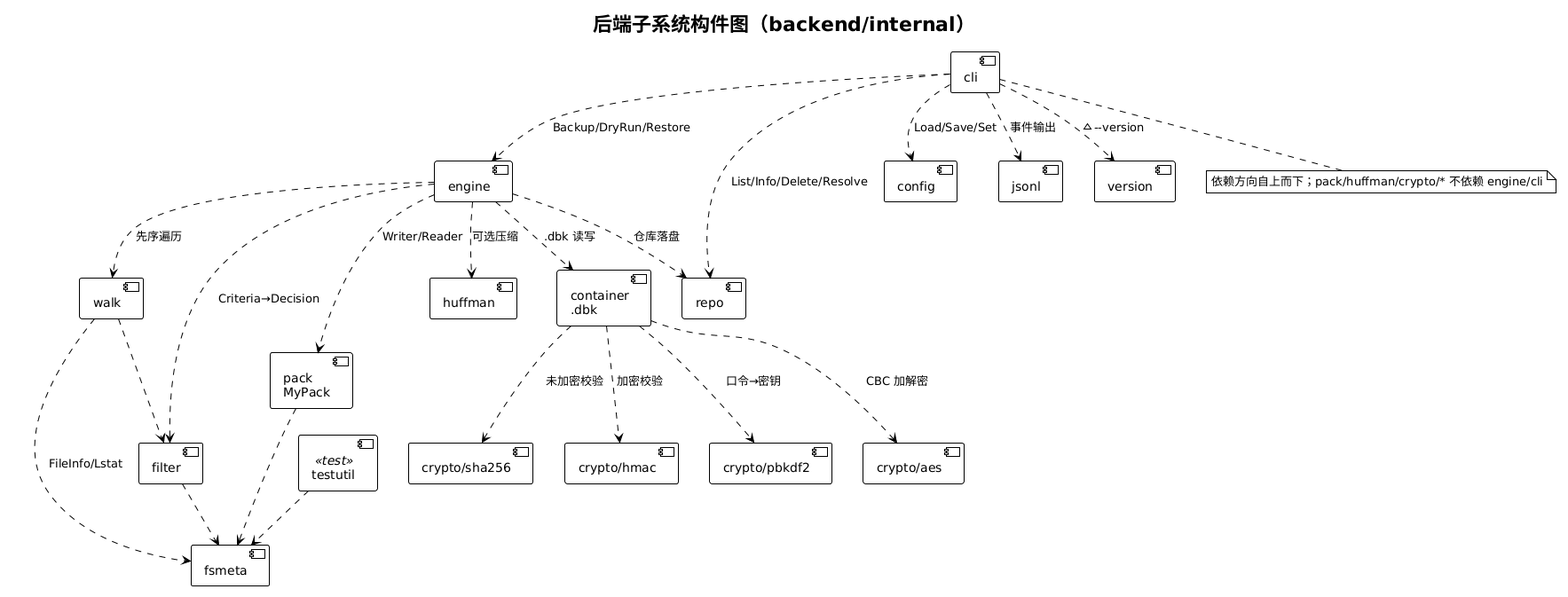
Earlier version of the PlantUML export docs/deliverables/diagrams/component-backend.png (Piaoxuemoli/software-class-qoobeewang).
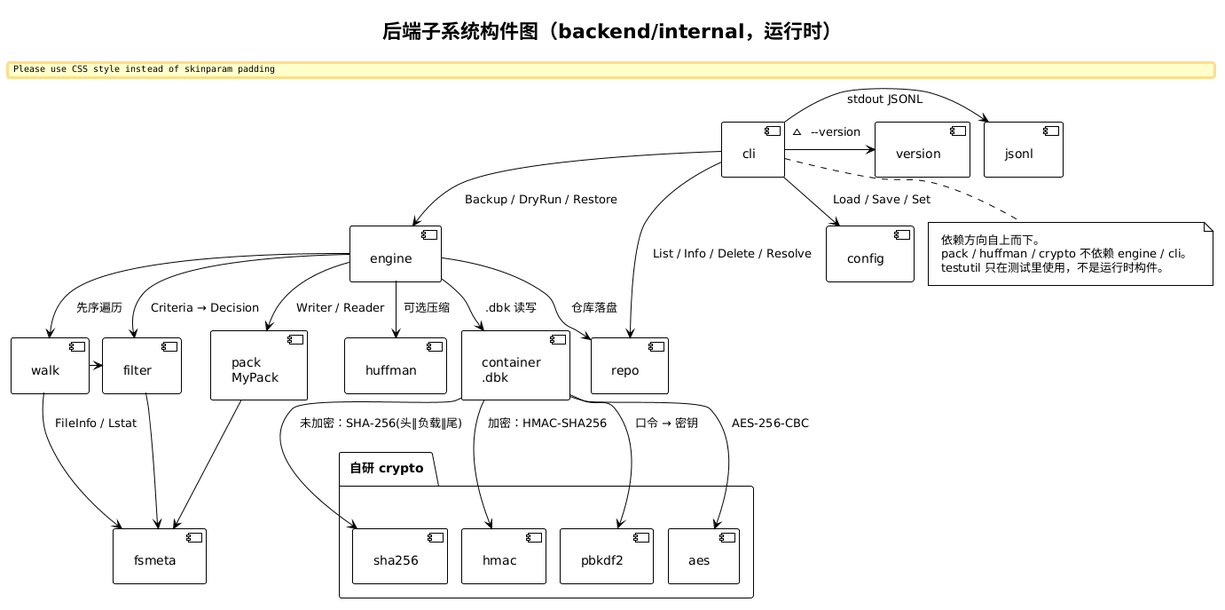
After the change.

Change to the diagram source:
```diff
@@ -1,6 +1,10 @@
 @startuml component-backend
 !theme plain
-title 后端子系统构件图（backend/internal）
+skinparam nodesep 16
+skinparam ranksep 18
+skinparam padding 8
+top to bottom direction
+title 后端子系统构件图（backend/internal，运行时）
 
 [cli] as cli
 [engine] as engine
@@ -9,37 +13,41 @@
 [fsmeta] as fsmeta
 [pack\nMyPack] as pack
 [huffman] as huffman
-[crypto/sha256] as sha
-[crypto/hmac] as hmac
-[crypto/pbkdf2] as pbkdf2
-[crypto/aes] as aes
+package "自研 crypto" {
+  [sha256] as sha
+  [hmac] as hmac
+  [pbkdf2] as pbkdf2
+  [aes] as aes
+}
 [container\n.dbk] as container
 [repo] as repo
 [config] as config
 [jsonl] as jsonl
 [version] as version
-[testutil] as testutil <<test>>
 
-cli ..> engine : Backup/DryRun/Restore
-cli ..> repo : List/Info/Delete/Resolve
-cli ..> config : Load/Save/Set
-cli ..> jsonl : 事件输出
-cli ..> version : ~--version
-engine ..> walk : 先序遍历
-engine ..> filter : Criteria→Decision
-engine ..> pack : Writer/Reader
-engine ..> huffman : 可选压缩
-engine ..> container : .dbk 读写
-engine ..> repo : 仓库落盘
-walk ..> fsmeta : FileInfo/Lstat
-walk ..> filter
-pack ..> fsmeta
-container ..> sha : 未加密校验
-container ..> hmac : 加密校验
-container ..> pbkdf2 : 口令→密钥
-container ..> aes : CBC 加解密
-filter ..> fsmeta
-testutil ..> fsmeta
+cli -down-> engine : Backup / DryRun / Restore
+cli -down-> repo : List / Info / Delete / Resolve
+cli -down-> config : Load / Save / Set
+cli -right-> jsonl : stdout JSONL
+cli -right-> version : ~--version
+engine -down-> walk : 先序遍历
+engine -down-> filter : Criteria → Decision
+engine -down-> pack : Writer / Reader
+engine -down-> huffman : 可选压缩
+engine -down-> container : .dbk 读写
+engine -down-> repo : 仓库落盘
+walk -down-> fsmeta : FileInfo / Lstat
+walk -right-> filter
+pack -down-> fsmeta
+filter -down-> fsmeta
+container -down-> sha : 未加密：SHA-256(头‖负载‖尾)
+container -down-> hmac : 加密：HMAC-SHA256
+container -down-> pbkdf2 : 口令 → 密钥
+container -down-> aes : AES-256-CBC
 
-note bottom of cli : 依赖方向自上而下；pack/huffman/crypto/* 不依赖 engine/cli
+note bottom of cli
+  依赖方向自上而下。
+  pack / huffman / crypto 不依赖 engine / cli。
+  testutil 只在测试里使用，不是运行时构件。
+end note
 @enduml
```
